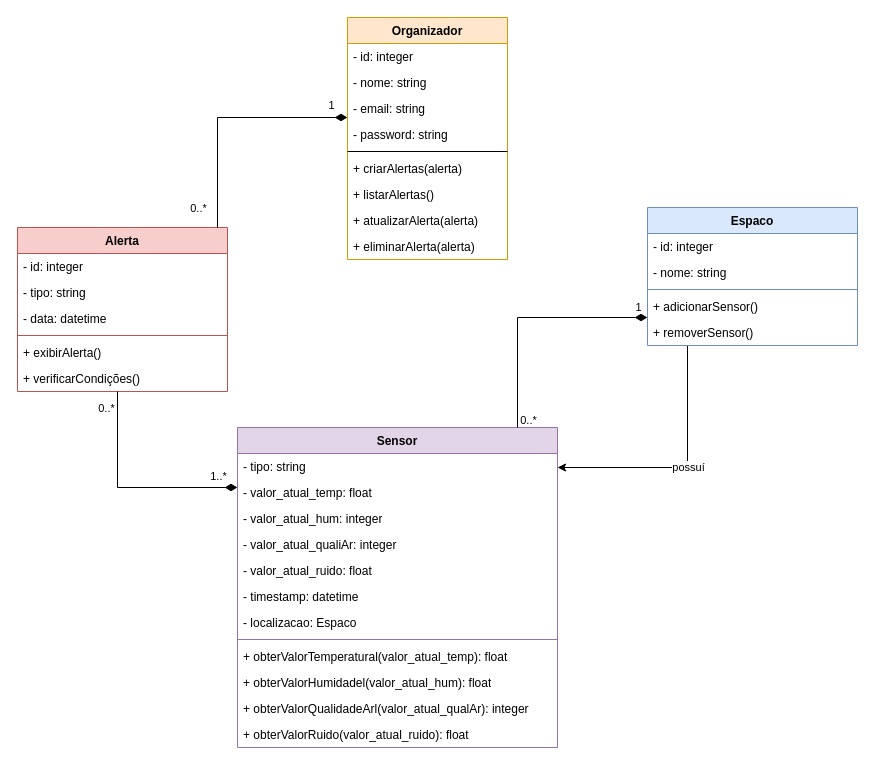
This is Estagio/Diagramas/Diagrama de Classes.drawio from Lou-ey/Estagio, a draw.io file, before an edit. Source tidied: cells renumbered, new cells numbered last; positions are measured from the earlier drawing's top-left corner, leaving out a move shared by most shapes. Both pictures are drawn from the tidied source at 100%, with x=0, y=0 at pixel (17, 17).
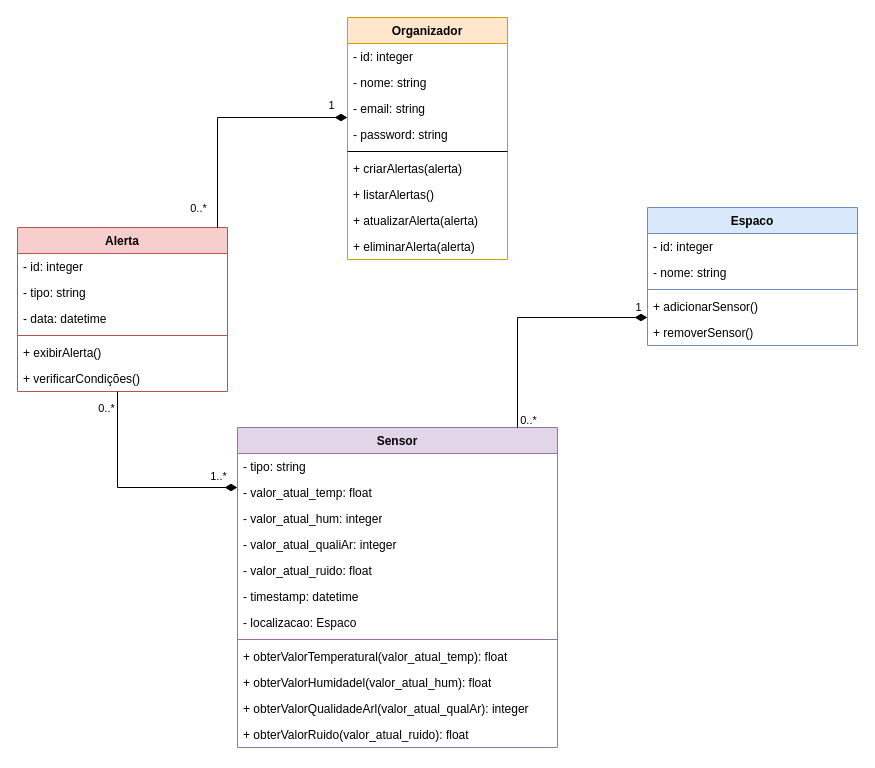
The same diagram, later.

The change refers to these unchanged cells:
```xml
<mxCell id="14" value="Sensor" style="swimlane;fontStyle=1;align=center;verticalAlign=top;horizontal=1;startSize=26;whiteSpace=wrap;html=1;fillColor=#e1d5e7;strokeColor=#9673a6;" parent="1" vertex="1">
  <mxGeometry x="220" y="410" width="320" height="320" as="geometry" />
</mxCell>
<mxCell id="40" value="Espaco" style="swimlane;fontStyle=1;align=center;verticalAlign=top;horizontal=1;startSize=26;whiteSpace=wrap;html=1;fillColor=#dae8fc;strokeColor=#6c8ebf;" parent="1" vertex="1">
  <mxGeometry x="630" y="190" width="210" height="138" as="geometry" />
</mxCell>
```

The edit, as a diff of the source:
```diff
@@
-    <mxCell id="12" style="edgeStyle=orthogonalEdgeStyle;rounded=0;jettySize=auto;html=1;" parent="1" edge="1" source="40" target="14">
-      <mxGeometry relative="1" as="geometry">
-        <Array as="points">
-          <mxPoint x="670" y="450" />
-        </Array>
-      </mxGeometry>
-    </mxCell>
-    <mxCell id="13" value="possuí" style="edgeLabel;html=1;align=center;verticalAlign=middle;" parent="12" vertex="1">
-      <mxGeometry x="0.1" y="-3" relative="1" as="geometry">
-        <mxPoint x="17" y="2" as="offset" />
-      </mxGeometry>
-    </mxCell>
```
